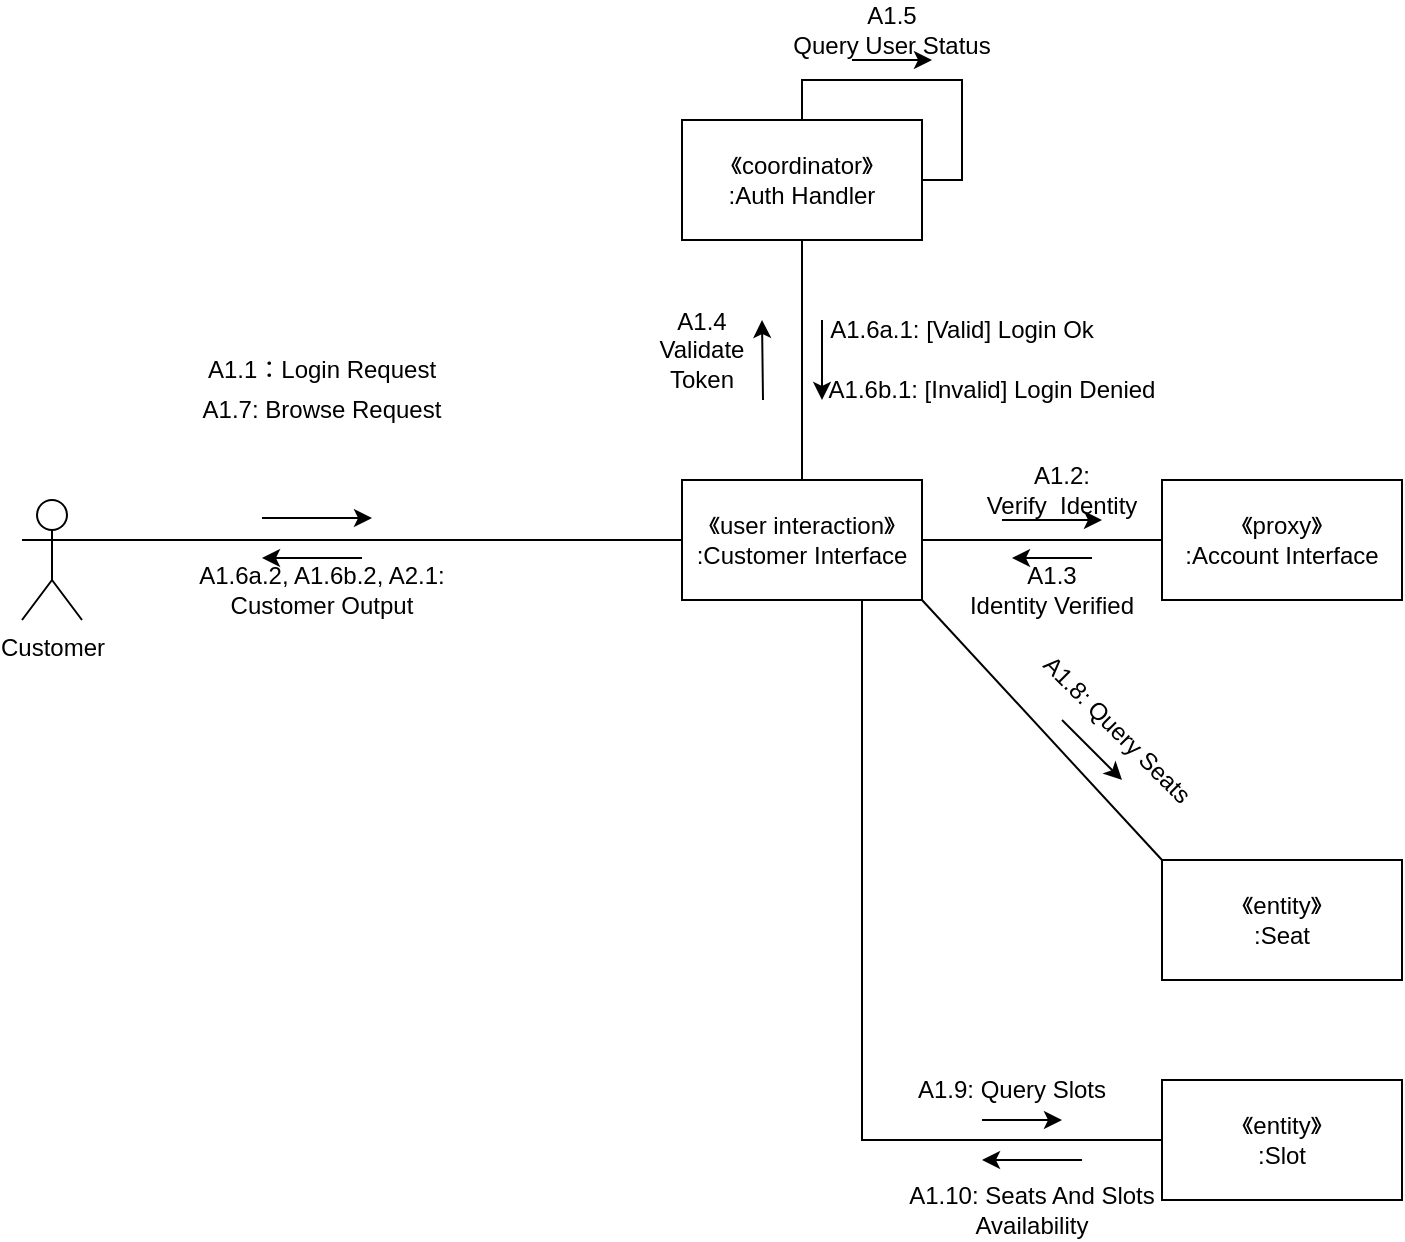
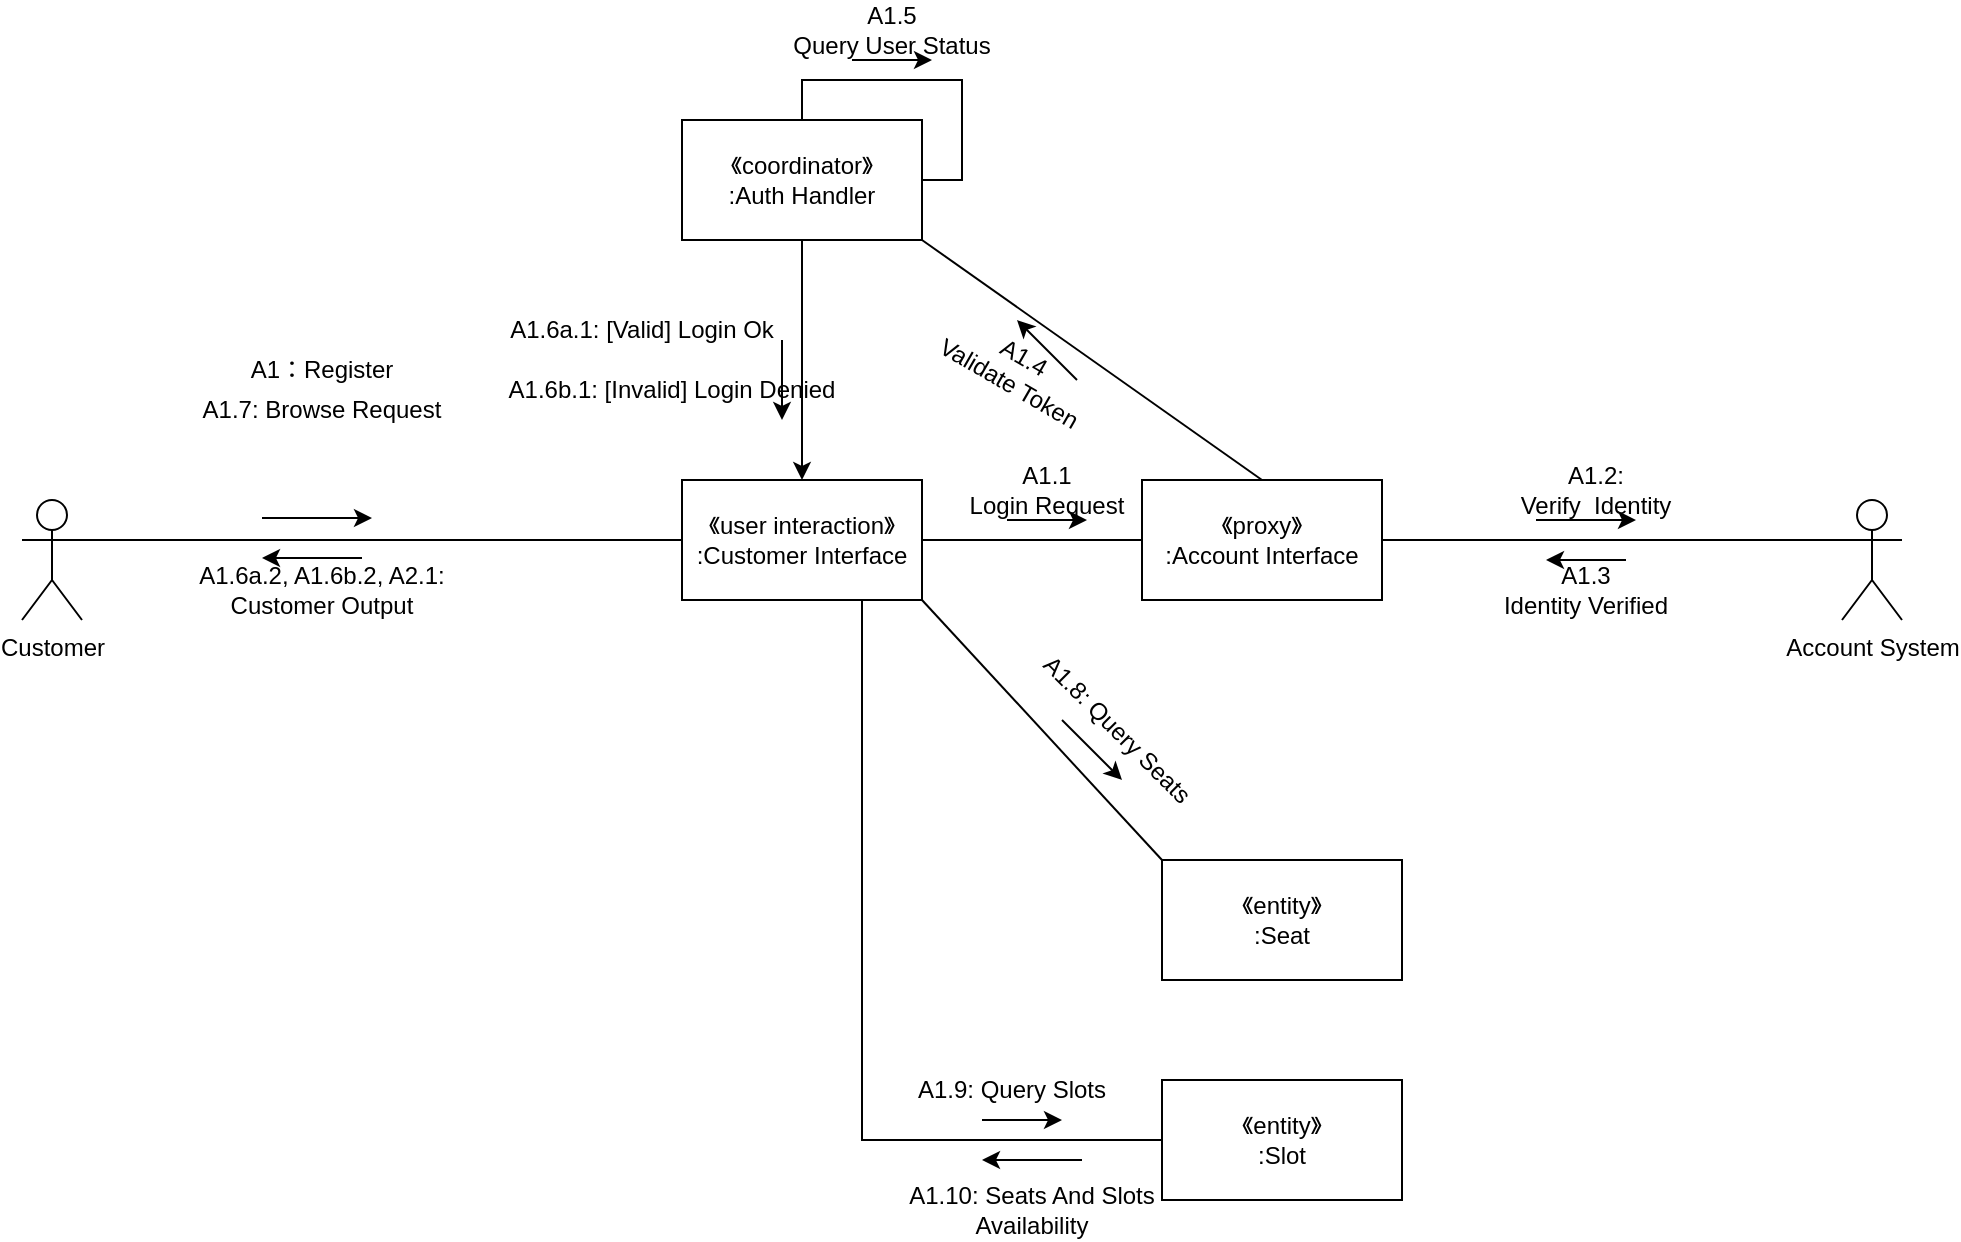
<mxfile host="app.diagrams.net">
  <diagram name="第 1 页" id="0fvnyInT-eeeKDGmK1tf">
    <mxGraphModel dx="2028" dy="1848" grid="1" gridSize="10" guides="1" tooltips="1" connect="1" arrows="1" fold="1" page="1" pageScale="1" pageWidth="827" pageHeight="1169" math="0" shadow="0">
      <root>
        <mxCell id="0" />
        <mxCell id="1" parent="0" />
        <mxCell id="HSB3jEuwdB-3hXmmfwrA-3" edge="1" parent="1" source="HSB3jEuwdB-3hXmmfwrA-1" style="rounded=0;orthogonalLoop=1;jettySize=auto;html=1;exitX=1;exitY=0.3333333333333333;exitDx=0;exitDy=0;exitPerimeter=0;entryX=0;entryY=0.5;entryDx=0;entryDy=0;endArrow=none;endFill=0;" target="HSB3jEuwdB-3hXmmfwrA-2">
          <mxGeometry relative="1" as="geometry" />
        </mxCell>
        <mxCell id="HSB3jEuwdB-3hXmmfwrA-1" parent="1" style="shape=umlActor;verticalLabelPosition=bottom;verticalAlign=top;html=1;outlineConnect=0;" value="Customer" vertex="1">
          <mxGeometry height="60" width="30" x="-10" y="70" as="geometry" />
        </mxCell>
-         <mxCell id="HSB3jEuwdB-3hXmmfwrA-7" edge="1" parent="1" source="HSB3jEuwdB-3hXmmfwrA-2" style="rounded=0;orthogonalLoop=1;jettySize=auto;html=1;exitX=1;exitY=0.5;exitDx=0;exitDy=0;entryX=0;entryY=0.5;entryDx=0;entryDy=0;endArrow=none;endFill=0;" target="HSB3jEuwdB-3hXmmfwrA-6">
-           <mxGeometry relative="1" as="geometry" />
-         </mxCell>
-         <mxCell id="-UTidUUiqGya03k49UKU-4" edge="1" parent="1" source="HSB3jEuwdB-3hXmmfwrA-2" style="rounded=0;orthogonalLoop=1;jettySize=auto;html=1;exitX=0.5;exitY=0;exitDx=0;exitDy=0;entryX=0.5;entryY=1;entryDx=0;entryDy=0;endArrow=none;endFill=0;" target="HSB3jEuwdB-3hXmmfwrA-14">
-           <mxGeometry relative="1" as="geometry" />
-         </mxCell>
        <mxCell id="-UTidUUiqGya03k49UKU-11" edge="1" parent="1" source="HSB3jEuwdB-3hXmmfwrA-2" style="rounded=0;orthogonalLoop=1;jettySize=auto;html=1;exitX=1;exitY=1;exitDx=0;exitDy=0;entryX=0;entryY=0;entryDx=0;entryDy=0;endArrow=none;endFill=0;" target="-UTidUUiqGya03k49UKU-10">
          <mxGeometry relative="1" as="geometry" />
        </mxCell>
        <mxCell id="-UTidUUiqGya03k49UKU-16" edge="1" parent="1" source="HSB3jEuwdB-3hXmmfwrA-2" style="rounded=0;orthogonalLoop=1;jettySize=auto;html=1;exitX=0.75;exitY=1;exitDx=0;exitDy=0;entryX=0;entryY=0.5;entryDx=0;entryDy=0;endArrow=none;endFill=0;edgeStyle=orthogonalEdgeStyle;" target="-UTidUUiqGya03k49UKU-15">
          <mxGeometry relative="1" as="geometry" />
        </mxCell>
+         <mxCell id="-UTidUUiqGya03k49UKU-26" edge="1" parent="1" source="HSB3jEuwdB-3hXmmfwrA-2" style="rounded=0;orthogonalLoop=1;jettySize=auto;html=1;exitX=1;exitY=0.5;exitDx=0;exitDy=0;entryX=0;entryY=0.5;entryDx=0;entryDy=0;endArrow=none;endFill=0;" target="-UTidUUiqGya03k49UKU-25">
+           <mxGeometry relative="1" as="geometry" />
+         </mxCell>
        <mxCell id="HSB3jEuwdB-3hXmmfwrA-2" parent="1" style="rounded=0;whiteSpace=wrap;html=1;" value="&lt;div&gt;《user interaction》&lt;/div&gt;&lt;div&gt;:Customer Interface&lt;/div&gt;" vertex="1">
          <mxGeometry height="60" width="120" x="320" y="60" as="geometry" />
        </mxCell>
-         <mxCell id="HSB3jEuwdB-3hXmmfwrA-4" parent="1" style="text;html=1;whiteSpace=wrap;strokeColor=none;fillColor=none;align=center;verticalAlign=middle;rounded=0;" value="&lt;div&gt;A1.1：Login Request&lt;/div&gt;" vertex="1">
+         <mxCell id="HSB3jEuwdB-3hXmmfwrA-4" parent="1" style="text;html=1;whiteSpace=wrap;strokeColor=none;fillColor=none;align=center;verticalAlign=middle;rounded=0;" value="&lt;div&gt;A1：Register&lt;/div&gt;" vertex="1">
          <mxGeometry height="30" width="130" x="75" y="-10" as="geometry" />
        </mxCell>
        <mxCell id="HSB3jEuwdB-3hXmmfwrA-5" edge="1" parent="1" style="endArrow=classic;html=1;rounded=0;" value="">
          <mxGeometry height="50" relative="1" width="50" as="geometry">
            <mxPoint x="110" y="79" as="sourcePoint" />
            <mxPoint x="165" y="79" as="targetPoint" />
          </mxGeometry>
        </mxCell>
-         <mxCell id="HSB3jEuwdB-3hXmmfwrA-6" parent="1" style="rounded=0;whiteSpace=wrap;html=1;" value="&lt;div&gt;《proxy》&lt;/div&gt;&lt;div&gt;:Account Interface&lt;/div&gt;" vertex="1">
-           <mxGeometry height="60" width="120" x="560" y="60" as="geometry" />
-         </mxCell>
        <mxCell id="HSB3jEuwdB-3hXmmfwrA-8" edge="1" parent="1" style="endArrow=classic;html=1;rounded=0;" value="">
          <mxGeometry height="50" relative="1" width="50" as="geometry">
-             <mxPoint x="480" y="80" as="sourcePoint" />
-             <mxPoint x="530" y="80" as="targetPoint" />
+             <mxPoint x="747" y="80" as="sourcePoint" />
+             <mxPoint x="797" y="80" as="targetPoint" />
          </mxGeometry>
        </mxCell>
        <mxCell id="HSB3jEuwdB-3hXmmfwrA-10" parent="1" style="text;html=1;whiteSpace=wrap;strokeColor=none;fillColor=none;align=center;verticalAlign=middle;rounded=0;" value="&lt;div&gt;A1.2:&lt;/div&gt;&lt;div&gt;Verify&amp;nbsp; Identity&lt;/div&gt;" vertex="1">
-           <mxGeometry height="30" width="120" x="450" y="50" as="geometry" />
+           <mxGeometry height="30" width="120" x="717" y="50" as="geometry" />
        </mxCell>
        <mxCell id="HSB3jEuwdB-3hXmmfwrA-11" parent="1" style="text;html=1;whiteSpace=wrap;strokeColor=none;fillColor=none;align=center;verticalAlign=middle;rounded=0;" value="&lt;div&gt;A1.3&lt;/div&gt;&lt;div&gt;Identity Verified&lt;/div&gt;" vertex="1">
-           <mxGeometry height="30" width="110" x="450" y="100" as="geometry" />
+           <mxGeometry height="30" width="110" x="717" y="100" as="geometry" />
        </mxCell>
        <mxCell id="HSB3jEuwdB-3hXmmfwrA-13" edge="1" parent="1" style="endArrow=classic;html=1;rounded=0;" value="">
          <mxGeometry height="50" relative="1" width="50" as="geometry">
-             <mxPoint x="525" y="99" as="sourcePoint" />
-             <mxPoint x="485" y="99" as="targetPoint" />
+             <mxPoint x="792" y="100" as="sourcePoint" />
+             <mxPoint x="752" y="100" as="targetPoint" />
          </mxGeometry>
+         </mxCell>
+         <mxCell id="-UTidUUiqGya03k49UKU-33" edge="1" parent="1" source="HSB3jEuwdB-3hXmmfwrA-14" style="edgeStyle=orthogonalEdgeStyle;rounded=0;orthogonalLoop=1;jettySize=auto;html=1;exitX=0.5;exitY=1;exitDx=0;exitDy=0;entryX=0.5;entryY=0;entryDx=0;entryDy=0;" target="HSB3jEuwdB-3hXmmfwrA-2">
+           <mxGeometry relative="1" as="geometry" />
        </mxCell>
        <mxCell id="HSB3jEuwdB-3hXmmfwrA-14" parent="1" style="rounded=0;whiteSpace=wrap;html=1;" value="&lt;div&gt;《coordinator》&lt;/div&gt;&lt;div&gt;:Auth Handler&lt;/div&gt;" vertex="1">
          <mxGeometry height="60" width="120" x="320" y="-120" as="geometry" />
        </mxCell>
-         <mxCell id="HSB3jEuwdB-3hXmmfwrA-16" parent="1" style="text;html=1;whiteSpace=wrap;strokeColor=none;fillColor=none;align=center;verticalAlign=middle;rounded=0;" value="&lt;div&gt;A1.4&lt;/div&gt;&lt;div&gt;Validate Token&lt;/div&gt;" vertex="1">
-           <mxGeometry height="30" width="60" x="300" y="-20" as="geometry" />
+         <mxCell id="HSB3jEuwdB-3hXmmfwrA-16" parent="1" style="text;html=1;whiteSpace=wrap;strokeColor=none;fillColor=none;align=center;verticalAlign=middle;rounded=0;rotation=30;" value="&lt;div&gt;A1.4&lt;/div&gt;&lt;div&gt;Validate Token&lt;/div&gt;" vertex="1">
+           <mxGeometry height="30" width="85" x="445" y="-10" as="geometry" />
        </mxCell>
        <mxCell id="HSB3jEuwdB-3hXmmfwrA-17" edge="1" parent="1" style="endArrow=classic;html=1;rounded=0;" value="">
          <mxGeometry height="50" relative="1" width="50" as="geometry">
-             <mxPoint x="360.5" y="20" as="sourcePoint" />
-             <mxPoint x="360" y="-20" as="targetPoint" />
+             <mxPoint x="517.5" y="10" as="sourcePoint" />
+             <mxPoint x="487.5" y="-20" as="targetPoint" />
          </mxGeometry>
        </mxCell>
        <mxCell id="HSB3jEuwdB-3hXmmfwrA-18" edge="1" parent="1" source="HSB3jEuwdB-3hXmmfwrA-14" style="rounded=0;orthogonalLoop=1;jettySize=auto;html=1;exitX=0.5;exitY=0;exitDx=0;exitDy=0;entryX=1;entryY=0.5;entryDx=0;entryDy=0;edgeStyle=orthogonalEdgeStyle;endArrow=none;endFill=0;" target="HSB3jEuwdB-3hXmmfwrA-14">
          <mxGeometry relative="1" as="geometry" />
        </mxCell>
        <mxCell id="HSB3jEuwdB-3hXmmfwrA-19" parent="1" style="text;html=1;whiteSpace=wrap;strokeColor=none;fillColor=none;align=center;verticalAlign=middle;rounded=0;" value="&lt;div&gt;A1.5&lt;/div&gt;&lt;div&gt;Query User Status&lt;/div&gt;" vertex="1">
          <mxGeometry height="30" width="150" x="350" y="-180" as="geometry" />
        </mxCell>
        <mxCell id="HSB3jEuwdB-3hXmmfwrA-20" edge="1" parent="1" style="endArrow=classic;html=1;rounded=0;" value="">
          <mxGeometry height="50" relative="1" width="50" as="geometry">
            <mxPoint x="405" y="-150" as="sourcePoint" />
            <mxPoint x="445" y="-150" as="targetPoint" />
          </mxGeometry>
        </mxCell>
        <mxCell id="-UTidUUiqGya03k49UKU-1" parent="1" style="text;html=1;whiteSpace=wrap;strokeColor=none;fillColor=none;align=center;verticalAlign=middle;rounded=0;rotation=0;" value="&lt;div&gt;A1.6a.1: [Valid] Login Ok&lt;/div&gt;" vertex="1">
-           <mxGeometry height="30" width="140" x="390" y="-30" as="geometry" />
+           <mxGeometry height="30" width="140" x="230" y="-30" as="geometry" />
        </mxCell>
        <mxCell id="-UTidUUiqGya03k49UKU-2" parent="1" style="text;html=1;whiteSpace=wrap;strokeColor=none;fillColor=none;align=center;verticalAlign=middle;rounded=0;rotation=0;" value="A1.6b.1: [Invalid] Login Denied" vertex="1">
-           <mxGeometry height="30" width="190" x="380" as="geometry" />
+           <mxGeometry height="30" width="190" x="220" as="geometry" />
        </mxCell>
        <mxCell id="-UTidUUiqGya03k49UKU-5" edge="1" parent="1" style="endArrow=classic;html=1;rounded=0;" value="">
          <mxGeometry height="50" relative="1" width="50" as="geometry">
-             <mxPoint x="390" y="-20" as="sourcePoint" />
-             <mxPoint x="390" y="20" as="targetPoint" />
+             <mxPoint x="370" y="-10" as="sourcePoint" />
+             <mxPoint x="370" y="30" as="targetPoint" />
          </mxGeometry>
        </mxCell>
        <mxCell id="-UTidUUiqGya03k49UKU-7" parent="1" style="text;html=1;whiteSpace=wrap;strokeColor=none;fillColor=none;align=center;verticalAlign=middle;rounded=0;" value="&lt;div&gt;A1.6a.2, A1.6b.2, A2.1:&lt;/div&gt;&lt;div&gt;Customer Output&lt;/div&gt;" vertex="1">
          <mxGeometry height="30" width="220" x="30" y="100" as="geometry" />
        </mxCell>
        <mxCell id="-UTidUUiqGya03k49UKU-8" edge="1" parent="1" style="endArrow=classic;html=1;rounded=0;" value="">
          <mxGeometry height="50" relative="1" width="50" as="geometry">
            <mxPoint x="160" y="99" as="sourcePoint" />
            <mxPoint x="110" y="99" as="targetPoint" />
          </mxGeometry>
        </mxCell>
        <mxCell id="-UTidUUiqGya03k49UKU-9" parent="1" style="text;html=1;whiteSpace=wrap;strokeColor=none;fillColor=none;align=center;verticalAlign=middle;rounded=0;" value="A1.7: Browse Request" vertex="1">
          <mxGeometry height="30" width="260" x="10" y="10" as="geometry" />
        </mxCell>
        <mxCell id="-UTidUUiqGya03k49UKU-10" parent="1" style="rounded=0;whiteSpace=wrap;html=1;" value="&lt;div&gt;《entity》&lt;/div&gt;&lt;div&gt;:Seat&lt;/div&gt;" vertex="1">
          <mxGeometry height="60" width="120" x="560" y="250" as="geometry" />
        </mxCell>
        <mxCell id="-UTidUUiqGya03k49UKU-12" parent="1" style="text;html=1;whiteSpace=wrap;strokeColor=none;fillColor=none;align=center;verticalAlign=middle;rounded=0;rotation=45;" value="A1.8: Query Seats" vertex="1">
          <mxGeometry height="30" width="215" x="430" y="170" as="geometry" />
        </mxCell>
        <mxCell id="-UTidUUiqGya03k49UKU-14" edge="1" parent="1" style="endArrow=classic;html=1;rounded=0;" value="">
          <mxGeometry height="50" relative="1" width="50" as="geometry">
            <mxPoint x="510" y="180" as="sourcePoint" />
            <mxPoint x="540" y="210" as="targetPoint" />
          </mxGeometry>
        </mxCell>
        <mxCell id="-UTidUUiqGya03k49UKU-15" parent="1" style="rounded=0;whiteSpace=wrap;html=1;" value="&lt;div&gt;《entity》&lt;/div&gt;&lt;div&gt;:Slot&lt;/div&gt;" vertex="1">
          <mxGeometry height="60" width="120" x="560" y="360" as="geometry" />
        </mxCell>
        <mxCell id="-UTidUUiqGya03k49UKU-18" parent="1" style="text;html=1;whiteSpace=wrap;strokeColor=none;fillColor=none;align=center;verticalAlign=middle;rounded=0;" value="A1.9: Query Slots" vertex="1">
          <mxGeometry height="30" width="150" x="410" y="350" as="geometry" />
        </mxCell>
        <mxCell id="-UTidUUiqGya03k49UKU-19" edge="1" parent="1" style="endArrow=classic;html=1;rounded=0;" value="">
          <mxGeometry height="50" relative="1" width="50" as="geometry">
            <mxPoint x="470" y="380" as="sourcePoint" />
            <mxPoint x="510" y="380" as="targetPoint" />
          </mxGeometry>
        </mxCell>
        <mxCell id="-UTidUUiqGya03k49UKU-20" parent="1" style="text;html=1;whiteSpace=wrap;strokeColor=none;fillColor=none;align=center;verticalAlign=middle;rounded=0;" value="A1.10: Seats And Slots Availability" vertex="1">
          <mxGeometry height="30" width="150" x="420" y="410" as="geometry" />
        </mxCell>
        <mxCell id="-UTidUUiqGya03k49UKU-21" edge="1" parent="1" style="endArrow=classic;html=1;rounded=0;" value="">
          <mxGeometry height="50" relative="1" width="50" as="geometry">
            <mxPoint x="520" y="400" as="sourcePoint" />
            <mxPoint x="470" y="400" as="targetPoint" />
          </mxGeometry>
        </mxCell>
+         <mxCell id="-UTidUUiqGya03k49UKU-32" edge="1" parent="1" source="-UTidUUiqGya03k49UKU-25" style="rounded=0;orthogonalLoop=1;jettySize=auto;html=1;exitX=0.5;exitY=0;exitDx=0;exitDy=0;entryX=1;entryY=1;entryDx=0;entryDy=0;endArrow=none;endFill=0;" target="HSB3jEuwdB-3hXmmfwrA-14">
+           <mxGeometry relative="1" as="geometry" />
+         </mxCell>
+         <mxCell id="-UTidUUiqGya03k49UKU-25" parent="1" style="rounded=0;whiteSpace=wrap;html=1;" value="&lt;div&gt;《proxy》&lt;/div&gt;&lt;div&gt;:Account Interface&lt;/div&gt;" vertex="1">
+           <mxGeometry height="60" width="120" x="550" y="60" as="geometry" />
+         </mxCell>
+         <mxCell id="-UTidUUiqGya03k49UKU-27" parent="1" style="text;html=1;whiteSpace=wrap;strokeColor=none;fillColor=none;align=center;verticalAlign=middle;rounded=0;" value="&lt;div&gt;A1.1&lt;/div&gt;&lt;div&gt;Login Request&lt;/div&gt;" vertex="1">
+           <mxGeometry height="30" width="115" x="445" y="50" as="geometry" />
+         </mxCell>
+         <mxCell id="-UTidUUiqGya03k49UKU-28" edge="1" parent="1" style="endArrow=classic;html=1;rounded=0;" value="">
+           <mxGeometry height="50" relative="1" width="50" as="geometry">
+             <mxPoint x="482.5" y="80" as="sourcePoint" />
+             <mxPoint x="522.5" y="80" as="targetPoint" />
+           </mxGeometry>
+         </mxCell>
+         <mxCell id="-UTidUUiqGya03k49UKU-30" parent="1" style="shape=umlActor;verticalLabelPosition=bottom;verticalAlign=top;html=1;outlineConnect=0;" value="Account System" vertex="1">
+           <mxGeometry height="60" width="30" x="900" y="70" as="geometry" />
+         </mxCell>
+         <mxCell id="-UTidUUiqGya03k49UKU-31" edge="1" parent="1" source="-UTidUUiqGya03k49UKU-25" style="edgeStyle=orthogonalEdgeStyle;rounded=0;orthogonalLoop=1;jettySize=auto;html=1;exitX=1;exitY=0.5;exitDx=0;exitDy=0;entryX=0;entryY=0.3333333333333333;entryDx=0;entryDy=0;entryPerimeter=0;endArrow=none;endFill=0;" target="-UTidUUiqGya03k49UKU-30">
+           <mxGeometry relative="1" as="geometry" />
+         </mxCell>
      </root>
    </mxGraphModel>
  </diagram>
</mxfile>
